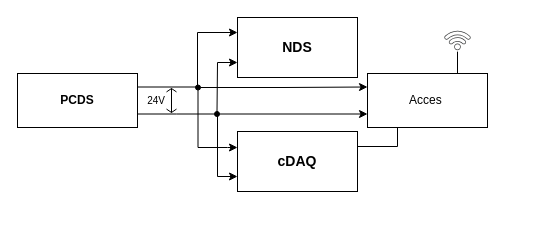
This is Ele_Layout.drawio from AnuragMTP/Figures-thesis, a draw.io file, before an edit. Source tidied: cells renumbered, new cells numbered last; positions are measured from the earlier drawing's top-left corner, leaving out a move shared by most shapes. Both pictures are drawn from the tidied source at 100%, with x=0, y=0 at pixel (17, 17).
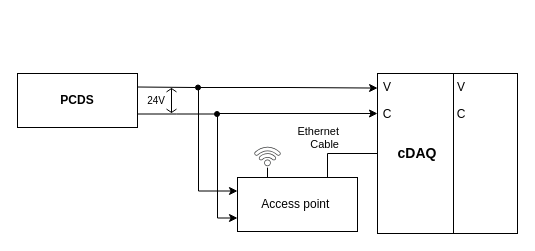
The same diagram, later.

The change refers to these unchanged cells:
```xml
<mxCell id="3" value="&lt;b&gt;PCDS&lt;/b&gt;" style="rounded=0;whiteSpace=wrap;html=1;" parent="1" vertex="1">
  <mxGeometry y="56" width="120" height="54" as="geometry" />
</mxCell>
<mxCell id="11" style="ellipse;whiteSpace=wrap;html=1;fillColor=#000000;" parent="1" vertex="1">
  <mxGeometry x="178" y="67.5" width="5" height="5" as="geometry" />
</mxCell>
<mxCell id="12" style="ellipse;whiteSpace=wrap;html=1;fillColor=#000000;" parent="1" vertex="1">
  <mxGeometry x="197" y="94" width="5" height="5" as="geometry" />
</mxCell>
```

Change to the diagram source:
```diff
@@
-    <mxCell id="2" style="edgeStyle=elbowEdgeStyle;rounded=0;jettySize=auto;html=1;exitX=1;exitY=0.25;exitDx=0;exitDy=0;endArrow=classic;endFill=1;entryX=0;entryY=0.25;entryDx=0;entryDy=0;" parent="1" edge="1" source="3" target="7">
-      <mxGeometry relative="1" as="geometry">
-        <Array as="points">
-          <mxPoint x="180" y="50" />
-        </Array>
-      </mxGeometry>
-    </mxCell>
+    <mxCell id="19" style="edgeStyle=none;rounded=0;jettySize=auto;html=1;exitX=1;exitY=0.25;exitDx=0;exitDy=0;entryX=0;entryY=0.5;entryDx=0;entryDy=0;strokeColor=#000000;endArrow=none;endFill=0;" parent="1" edge="1" source="3" target="11">
+      <mxGeometry relative="1" as="geometry" />
+    </mxCell>
@@
-    <mxCell id="4" style="edgeStyle=orthogonalEdgeStyle;rounded=0;jettySize=auto;html=1;exitX=0;exitY=0.75;exitDx=0;exitDy=0;endArrow=none;endFill=0;startArrow=classic;startFill=1;" parent="1" edge="1" source="6">
+    <mxCell id="4" style="edgeStyle=orthogonalEdgeStyle;rounded=0;jettySize=auto;html=1;exitX=0;exitY=0.25;exitDx=0;exitDy=0;endArrow=none;endFill=0;startArrow=classic;startFill=1;" parent="1" edge="1" source="6">
       <mxGeometry relative="1" as="geometry">
         <mxPoint x="200" y="96" as="targetPoint" />
       </mxGeometry>
     </mxCell>
-    <mxCell id="5" style="edgeStyle=orthogonalEdgeStyle;rounded=0;jettySize=auto;html=1;exitX=1;exitY=0.25;exitDx=0;exitDy=0;entryX=0.25;entryY=1;entryDx=0;entryDy=0;endArrow=none;endFill=0;strokeColor=#000000;" parent="1" edge="1" source="6" target="17">
+    <mxCell id="5" value="Ethernet&lt;br&gt;Cable" style="edgeStyle=elbowEdgeStyle;rounded=0;jettySize=auto;html=1;exitX=0;exitY=0.5;exitDx=0;exitDy=0;entryX=0.75;entryY=0;entryDx=0;entryDy=0;endArrow=none;endFill=0;labelPosition=left;verticalLabelPosition=top;align=right;verticalAlign=bottom;" parent="1" edge="1" source="6" target="17">
       <mxGeometry relative="1" as="geometry">
         <Array as="points">
-          <mxPoint x="380" y="129" />
+          <mxPoint x="310" y="150" />
         </Array>
       </mxGeometry>
     </mxCell>
-    <mxCell id="6" value="&lt;span style=&quot;font-size: 14px;&quot;&gt;&lt;b&gt;cDAQ&lt;/b&gt;&lt;/span&gt;" style="rounded=0;whiteSpace=wrap;html=1;" parent="1" vertex="1">
-      <mxGeometry x="220" y="114" width="120" height="60" as="geometry" />
-    </mxCell>
-    <mxCell id="7" value="&lt;b&gt;&lt;font style=&quot;font-size: 14px;&quot;&gt;NDS&lt;/font&gt;&lt;/b&gt;" style="rounded=0;whiteSpace=wrap;html=1;" parent="1" vertex="1">
-      <mxGeometry x="220" width="120" height="60" as="geometry" />
-    </mxCell>
-    <mxCell id="8" style="edgeStyle=elbowEdgeStyle;rounded=0;jettySize=auto;html=1;exitX=0.5;exitY=0;exitDx=0;exitDy=0;endArrow=classic;endFill=1;entryX=0;entryY=0.75;entryDx=0;entryDy=0;startArrow=none;" parent="1" edge="1" target="7">
-      <mxGeometry relative="1" as="geometry">
-        <mxPoint x="199.5" y="94" as="sourcePoint" />
-        <Array as="points">
-          <mxPoint x="200" y="80" />
-        </Array>
-      </mxGeometry>
-    </mxCell>
-    <mxCell id="9" style="edgeStyle=orthogonalEdgeStyle;rounded=0;orthogonalLoop=1;jettySize=auto;html=1;endArrow=none;endFill=0;startArrow=classic;startFill=1;entryX=0.5;entryY=1;entryDx=0;entryDy=0;" parent="1" edge="1">
-      <mxGeometry relative="1" as="geometry">
-        <mxPoint x="220" y="130" as="sourcePoint" />
-        <mxPoint x="180.5" y="72.5" as="targetPoint" />
-        <Array as="points">
-          <mxPoint x="210" y="130" />
-          <mxPoint x="210" y="130" />
-          <mxPoint x="180" y="130" />
-        </Array>
-      </mxGeometry>
-    </mxCell>
@@
+    <mxCell id="20" style="edgeStyle=orthogonalEdgeStyle;rounded=0;jettySize=auto;html=1;exitX=1;exitY=0.5;exitDx=0;exitDy=0;entryX=0.001;entryY=0.091;entryDx=0;entryDy=0;entryPerimeter=0;" parent="1" edge="1" source="11" target="6">
+      <mxGeometry relative="1" as="geometry" />
+    </mxCell>
@@
     <mxCell id="14" style="edgeStyle=orthogonalEdgeStyle;rounded=0;jettySize=auto;html=1;exitX=1;exitY=0.5;exitDx=0;exitDy=0;entryX=0;entryY=0.25;entryDx=0;entryDy=0;" parent="1" edge="1" source="11" target="17">
-      <mxGeometry relative="1" as="geometry" />
+      <mxGeometry relative="1" as="geometry">
+        <Array as="points">
+          <mxPoint x="181" y="70" />
+          <mxPoint x="181" y="174" />
+        </Array>
+      </mxGeometry>
     </mxCell>
     <mxCell id="15" style="edgeStyle=orthogonalEdgeStyle;rounded=0;jettySize=auto;html=1;exitX=1;exitY=0.5;exitDx=0;exitDy=0;entryX=0;entryY=0.75;entryDx=0;entryDy=0;" parent="1" edge="1" source="12" target="17">
-      <mxGeometry relative="1" as="geometry" />
+      <mxGeometry relative="1" as="geometry">
+        <Array as="points">
+          <mxPoint x="200" y="97" />
+          <mxPoint x="200" y="201" />
+        </Array>
+      </mxGeometry>
     </mxCell>
-    <mxCell id="16" style="edgeStyle=orthogonalEdgeStyle;rounded=0;jettySize=auto;html=1;exitX=0.75;exitY=0;exitDx=0;exitDy=0;strokeColor=#000000;endArrow=none;endFill=0;" parent="1" edge="1" source="17" target="18">
+    <mxCell id="16" style="edgeStyle=none;rounded=0;jettySize=auto;html=1;exitX=0.25;exitY=0;exitDx=0;exitDy=0;endArrow=none;endFill=0;" parent="1" edge="1" source="17" target="18">
       <mxGeometry relative="1" as="geometry" />
     </mxCell>
-    <mxCell id="17" value="Acces&amp;nbsp;" style="rounded=0;whiteSpace=wrap;html=1;" parent="1" vertex="1">
-      <mxGeometry x="350" y="56" width="120" height="54" as="geometry" />
+    <mxCell id="17" value="Access point&amp;nbsp;" style="rounded=0;whiteSpace=wrap;html=1;" parent="1" vertex="1">
+      <mxGeometry x="220" y="160" width="120" height="54" as="geometry" />
     </mxCell>
-    <mxCell id="18" style="sketch=0;shadow=0;dashed=0;html=1;strokeColor=none;fillColor=#434445;labelPosition=center;verticalLabelPosition=bottom;verticalAlign=top;align=center;outlineConnect=0;shape=mxgraph.vvd.wi_fi;rotation=315;" parent="1" vertex="1">
-      <mxGeometry x="430" y="10" width="20" height="20" as="geometry" />
+    <mxCell id="18" style="sketch=0;shadow=0;dashed=0;html=1;strokeColor=none;fillColor=#434445;labelPosition=center;verticalLabelPosition=bottom;verticalAlign=top;align=center;outlineConnect=0;shape=mxgraph.vvd.wi_fi;rotation=315;points=[[0.5,1,0,0,2]];" parent="1" vertex="1">
+      <mxGeometry x="240" y="126" width="20" height="20" as="geometry" />
     </mxCell>
+    <mxCell id="21" style="edgeStyle=none;rounded=0;orthogonalLoop=1;jettySize=auto;html=1;exitX=0.25;exitY=0;exitDx=0;exitDy=0;" parent="1" edge="1" source="17" target="17">
+      <mxGeometry relative="1" as="geometry" />
+    </mxCell>
+    <mxCell id="22" style="group;" parent="1" vertex="1">
+      <mxGeometry x="340" y="55" width="100" height="161" as="geometry" />
+    </mxCell>
+    <mxCell id="6" value="&lt;span style=&quot;font-size: 14px;&quot;&gt;&lt;b&gt;cDAQ&lt;/b&gt;&lt;/span&gt;" style="rounded=0;whiteSpace=wrap;html=1;labelPosition=center;verticalLabelPosition=middle;align=center;verticalAlign=middle;" parent="22" vertex="1">
+      <mxGeometry x="20" y="1" width="80" height="160" as="geometry" />
+    </mxCell>
+    <mxCell id="23" value="V" style="text;html=1;strokeColor=none;fillColor=none;align=center;verticalAlign=middle;whiteSpace=wrap;rounded=0;" parent="22" vertex="1">
+      <mxGeometry width="60" height="30" as="geometry" />
+    </mxCell>
+    <mxCell id="24" value="C" style="text;html=1;strokeColor=none;fillColor=none;align=center;verticalAlign=middle;whiteSpace=wrap;rounded=0;" parent="22" vertex="1">
+      <mxGeometry y="27" width="60" height="30" as="geometry" />
+    </mxCell>
+    <mxCell id="25" style="group;" parent="1" vertex="1">
+      <mxGeometry x="420" y="55" width="80" height="161" as="geometry" />
+    </mxCell>
+    <mxCell id="26" style="rounded=0;whiteSpace=wrap;html=1;labelPosition=center;verticalLabelPosition=middle;align=center;verticalAlign=middle;" parent="25" vertex="1">
+      <mxGeometry x="16" y="1" width="64" height="160" as="geometry" />
+    </mxCell>
+    <mxCell id="27" value="V" style="text;html=1;strokeColor=none;fillColor=none;align=center;verticalAlign=middle;whiteSpace=wrap;rounded=0;" parent="25" vertex="1">
+      <mxGeometry width="48" height="30" as="geometry" />
+    </mxCell>
+    <mxCell id="28" value="C" style="text;html=1;strokeColor=none;fillColor=none;align=center;verticalAlign=middle;whiteSpace=wrap;rounded=0;" parent="25" vertex="1">
+      <mxGeometry y="27" width="48" height="30" as="geometry" />
+    </mxCell>
```
